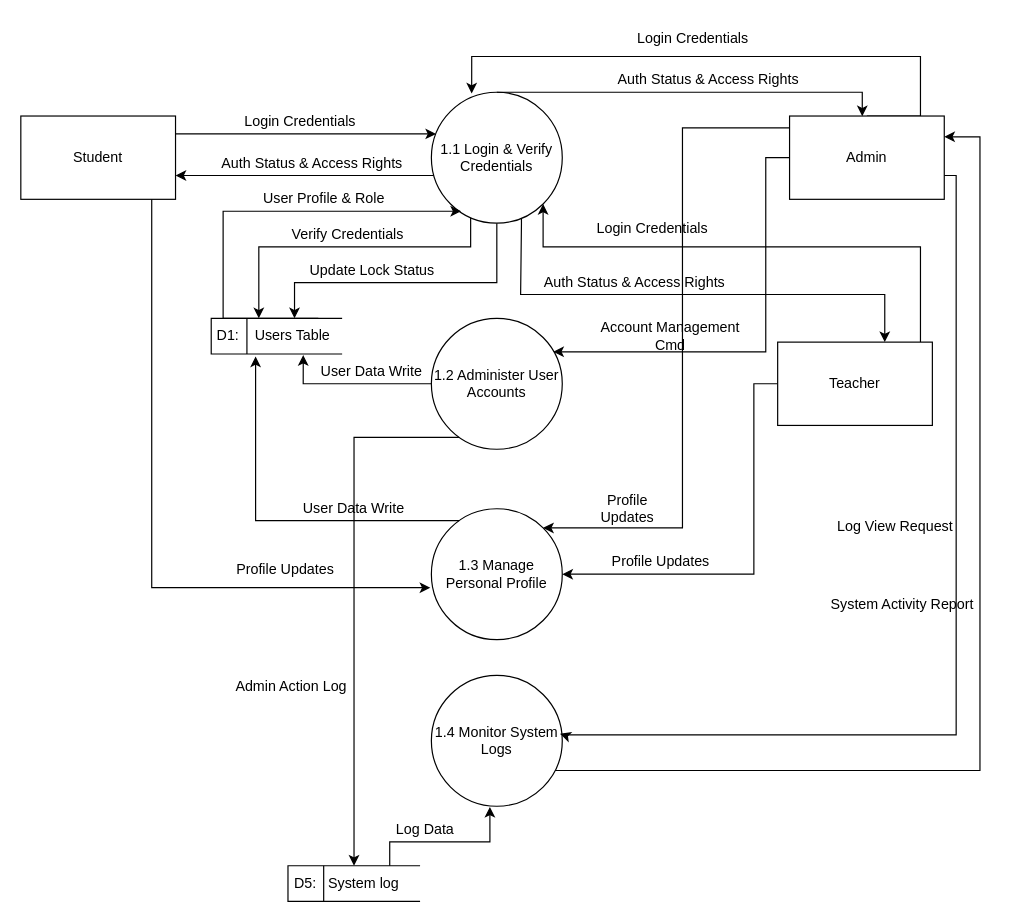
Above: dfd/DFD_level2-Authentication.drawio in TeoSushi1014/se-quiz-examination-system (draw.io), before the change. Source tidied: cells renumbered, new cells numbered last; positions are measured from the earlier drawing's top-left corner, leaving out a move shared by most shapes. Both pictures are drawn from the tidied source at 119%, with x=0, y=0 at pixel (20, 20).
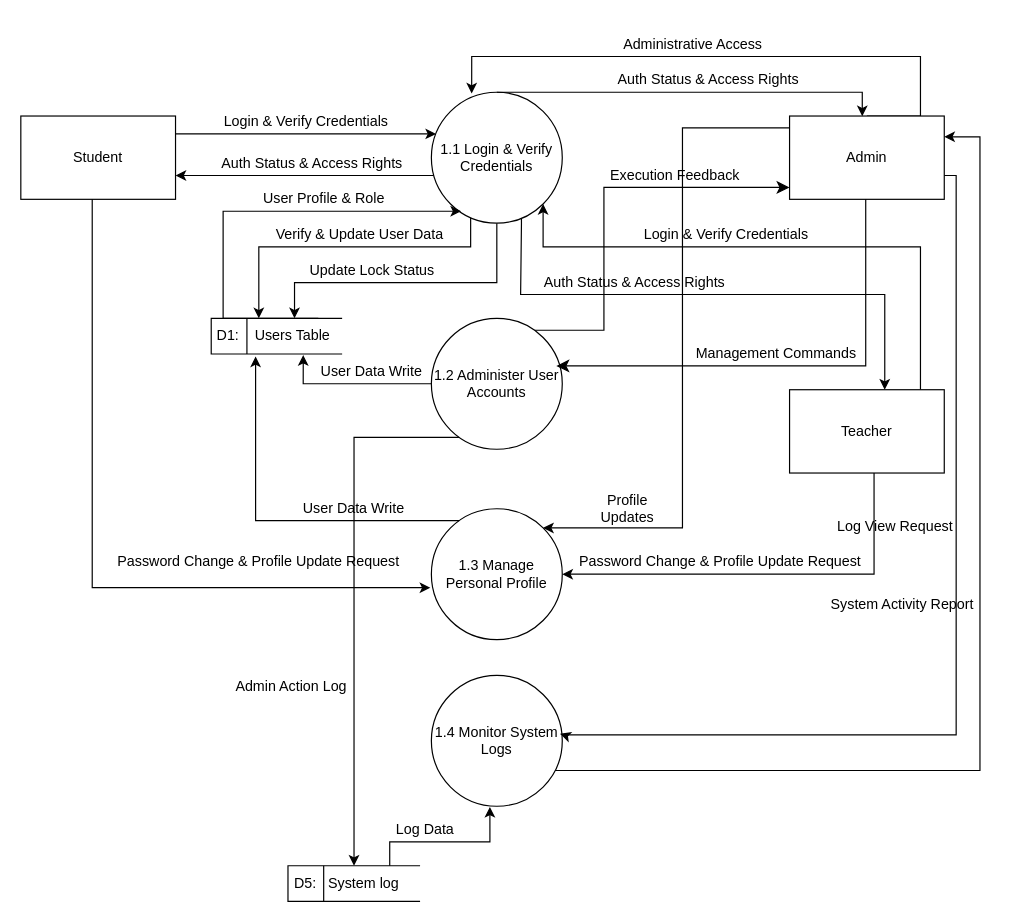
The same page after the edit.

The change refers to these unchanged cells:
```xml
<mxCell id="6" value="1.1 Login &amp;amp; Verify Credentials" style="ellipse;whiteSpace=wrap;html=1;" parent="1" vertex="1">
  <mxGeometry x="345" y="60" width="110" height="110" as="geometry" />
</mxCell>
<mxCell id="8" value="1.2 Administer User Accounts" style="ellipse;whiteSpace=wrap;html=1;" parent="1" vertex="1">
  <mxGeometry x="345" y="250" width="110" height="110" as="geometry" />
</mxCell>
<mxCell id="9" value="1.3 Manage Personal Profile" style="ellipse;whiteSpace=wrap;html=1;" parent="1" vertex="1">
  <mxGeometry x="345" y="410" width="110" height="110" as="geometry" />
</mxCell>
<mxCell id="13" value="Student" style="rounded=0;whiteSpace=wrap;html=1;" parent="1" vertex="1">
  <mxGeometry y="80" width="130" height="70" as="geometry" />
</mxCell>
<mxCell id="19" value="Admin" style="rounded=0;whiteSpace=wrap;html=1;" parent="1" vertex="1">
  <mxGeometry x="646" y="80" width="130" height="70" as="geometry" />
</mxCell>
```

What changed in the source:
```diff
@@
-    <mxCell id="2" style="edgeStyle=orthogonalEdgeStyle;rounded=0;jettySize=auto;html=1;" parent="1" edge="1" source="6">
-      <mxGeometry relative="1" as="geometry">
-        <mxPoint x="130" y="130" as="targetPoint" />
-        <Array as="points">
-          <mxPoint x="130" y="130" />
-        </Array>
-      </mxGeometry>
-    </mxCell>
-    <mxCell id="3" style="edgeStyle=orthogonalEdgeStyle;rounded=0;jettySize=auto;html=1;exitX=0.688;exitY=0.955;exitDx=0;exitDy=0;exitPerimeter=0;" parent="1" edge="1" source="6">
-      <mxGeometry relative="1" as="geometry">
-        <mxPoint x="726" y="270" as="targetPoint" />
-        <Array as="points">
-          <mxPoint x="421" y="170" />
-          <mxPoint x="420" y="170" />
-          <mxPoint x="420" y="230" />
-          <mxPoint x="726" y="230" />
-        </Array>
-      </mxGeometry>
-    </mxCell>
-    <mxCell id="4" style="edgeStyle=orthogonalEdgeStyle;rounded=0;jettySize=auto;html=1;exitX=0.3;exitY=0.961;exitDx=0;exitDy=0;exitPerimeter=0;" parent="1" edge="1" source="6">
-      <mxGeometry relative="1" as="geometry">
-        <mxPoint x="200" y="250" as="targetPoint" />
-        <Array as="points">
-          <mxPoint x="378" y="190" />
-          <mxPoint x="200" y="190" />
-        </Array>
-      </mxGeometry>
-    </mxCell>
-    <mxCell id="5" style="edgeStyle=orthogonalEdgeStyle;rounded=0;jettySize=auto;html=1;" parent="1" edge="1" source="6">
-      <mxGeometry relative="1" as="geometry">
-        <mxPoint x="230" y="250" as="targetPoint" />
-        <Array as="points">
-          <mxPoint x="400" y="220" />
-          <mxPoint x="230" y="220" />
-        </Array>
-      </mxGeometry>
-    </mxCell>
+    <mxCell id="49" style="edgeStyle=orthogonalEdgeStyle;rounded=0;jettySize=auto;html=1;" parent="1" edge="1" source="6">
+      <mxGeometry relative="1" as="geometry">
+        <mxPoint x="130" y="130" as="targetPoint" />
+        <Array as="points">
+          <mxPoint x="130" y="130" />
+        </Array>
+      </mxGeometry>
+    </mxCell>
+    <mxCell id="50" style="edgeStyle=orthogonalEdgeStyle;rounded=0;jettySize=auto;html=1;exitX=0.688;exitY=0.955;exitDx=0;exitDy=0;exitPerimeter=0;entryX=0.615;entryY=0;entryDx=0;entryDy=0;entryPerimeter=0;" parent="1" edge="1" source="6" target="16">
+      <mxGeometry relative="1" as="geometry">
+        <Array as="points">
+          <mxPoint x="421" y="170" />
+          <mxPoint x="420" y="170" />
+          <mxPoint x="420" y="230" />
+          <mxPoint x="726" y="230" />
+          <mxPoint x="726" y="300" />
+        </Array>
+      </mxGeometry>
+    </mxCell>
+    <mxCell id="51" style="edgeStyle=orthogonalEdgeStyle;rounded=0;jettySize=auto;html=1;exitX=0.3;exitY=0.961;exitDx=0;exitDy=0;exitPerimeter=0;" parent="1" edge="1" source="6">
+      <mxGeometry relative="1" as="geometry">
+        <mxPoint x="200" y="250" as="targetPoint" />
+        <Array as="points">
+          <mxPoint x="378" y="190" />
+          <mxPoint x="200" y="190" />
+        </Array>
+      </mxGeometry>
+    </mxCell>
+    <mxCell id="52" style="edgeStyle=orthogonalEdgeStyle;rounded=0;jettySize=auto;html=1;" parent="1" edge="1" source="6">
+      <mxGeometry relative="1" as="geometry">
+        <mxPoint x="230" y="250" as="targetPoint" />
+        <Array as="points">
+          <mxPoint x="400" y="220" />
+          <mxPoint x="230" y="220" />
+        </Array>
+      </mxGeometry>
+    </mxCell>
@@
+    <mxCell id="53" style="edgeStyle=orthogonalEdgeStyle;rounded=0;jettySize=auto;html=1;fontSize=12;startSize=8;endSize=8;" parent="1" edge="1" source="8" target="19">
+      <mxGeometry relative="1" as="geometry">
+        <Array as="points">
+          <mxPoint x="490" y="260" />
+          <mxPoint x="490" y="140" />
+        </Array>
+      </mxGeometry>
+    </mxCell>
@@
-    <mxCell id="12" style="edgeStyle=orthogonalEdgeStyle;rounded=0;orthogonalLoop=1;jettySize=auto;html=1;" parent="1" edge="1">
-      <mxGeometry relative="1" as="geometry">
-        <mxPoint x="130" y="95" as="sourcePoint" />
-        <mxPoint x="349" y="95" as="targetPoint" />
-      </mxGeometry>
-    </mxCell>
+    <mxCell id="54" style="edgeStyle=orthogonalEdgeStyle;rounded=0;orthogonalLoop=1;jettySize=auto;html=1;" parent="1" edge="1">
+      <mxGeometry relative="1" as="geometry">
+        <mxPoint x="130" y="95" as="sourcePoint" />
+        <mxPoint x="349" y="95" as="targetPoint" />
+      </mxGeometry>
+    </mxCell>
@@
-    <mxCell id="15" style="edgeStyle=orthogonalEdgeStyle;rounded=0;jettySize=auto;html=1;entryX=1;entryY=0.5;entryDx=0;entryDy=0;" parent="1" edge="1" source="16" target="9">
+    <mxCell id="15" style="edgeStyle=orthogonalEdgeStyle;rounded=0;jettySize=auto;html=1;entryX=1;entryY=0.5;entryDx=0;entryDy=0;exitX=0.622;exitY=0.983;exitDx=0;exitDy=0;exitPerimeter=0;" parent="1" edge="1" source="16" target="9">
       <mxGeometry relative="1" as="geometry">
         <Array as="points">
-          <mxPoint x="616" y="305" />
-          <mxPoint x="616" y="465" />
+          <mxPoint x="717" y="465" />
         </Array>
       </mxGeometry>
     </mxCell>
     <mxCell id="16" value="Teacher" style="rounded=0;whiteSpace=wrap;html=1;" parent="1" vertex="1">
-      <mxGeometry x="636" y="270" width="130" height="70" as="geometry" />
+      <mxGeometry x="646" y="310" width="130" height="70" as="geometry" />
     </mxCell>
@@
-    <mxCell id="22" value="Login Credentials" style="text;html=1;whiteSpace=wrap;strokeColor=none;fillColor=none;align=center;verticalAlign=middle;rounded=0;" parent="1" vertex="1">
-      <mxGeometry x="436" y="160" width="190" height="30" as="geometry" />
-    </mxCell>
-    <mxCell id="23" value="Login Credentials" style="text;html=1;whiteSpace=wrap;strokeColor=none;fillColor=none;align=center;verticalAlign=middle;rounded=0;" parent="1" vertex="1">
-      <mxGeometry x="140" y="70" width="190" height="30" as="geometry" />
-    </mxCell>
-    <mxCell id="24" value="Login Credentials" style="text;html=1;whiteSpace=wrap;strokeColor=none;fillColor=none;align=center;verticalAlign=middle;rounded=0;" parent="1" vertex="1">
-      <mxGeometry x="470" width="190" height="30" as="geometry" />
-    </mxCell>
+    <mxCell id="55" value="Login &amp;amp; Verify Credentials" style="text;html=1;whiteSpace=wrap;strokeColor=none;fillColor=none;align=center;verticalAlign=middle;rounded=0;" parent="1" vertex="1">
+      <mxGeometry x="436" y="170" width="314" height="20" as="geometry" />
+    </mxCell>
+    <mxCell id="56" value="Login &amp;amp; Verify Credentials" style="text;html=1;whiteSpace=wrap;strokeColor=none;fillColor=none;align=center;verticalAlign=middle;rounded=0;" parent="1" vertex="1">
+      <mxGeometry x="130" y="70" width="220" height="30" as="geometry" />
+    </mxCell>
+    <mxCell id="57" value="Administrative Access" style="text;html=1;whiteSpace=wrap;strokeColor=none;fillColor=none;align=center;verticalAlign=middle;rounded=0;" parent="1" vertex="1">
+      <mxGeometry x="420" y="10" width="290" height="20" as="geometry" />
+    </mxCell>
@@
-    <mxCell id="29" style="edgeStyle=orthogonalEdgeStyle;rounded=0;jettySize=auto;html=1;entryX=0.931;entryY=0.256;entryDx=0;entryDy=0;entryPerimeter=0;" parent="1" edge="1" source="19" target="8">
-      <mxGeometry relative="1" as="geometry">
-        <Array as="points">
-          <mxPoint x="626" y="115" />
-          <mxPoint x="626" y="278" />
-        </Array>
-      </mxGeometry>
-    </mxCell>
@@
-    <mxCell id="31" value="Account Management Cmd" style="text;html=1;whiteSpace=wrap;strokeColor=none;fillColor=none;align=center;verticalAlign=middle;rounded=0;" parent="1" vertex="1">
-      <mxGeometry x="476" y="250" width="140" height="30" as="geometry" />
-    </mxCell>
     <mxCell id="32" style="edgeStyle=orthogonalEdgeStyle;rounded=0;jettySize=auto;html=1;entryX=-0.008;entryY=0.603;entryDx=0;entryDy=0;entryPerimeter=0;" parent="1" edge="1" source="13" target="9">
       <mxGeometry relative="1" as="geometry">
         <Array as="points">
-          <mxPoint x="110" y="476" />
+          <mxPoint x="60" y="476" />
         </Array>
       </mxGeometry>
     </mxCell>
-    <mxCell id="33" value="Profile Updates" style="text;html=1;whiteSpace=wrap;strokeColor=none;fillColor=none;align=center;verticalAlign=middle;rounded=0;" parent="1" vertex="1">
-      <mxGeometry x="170" y="446" width="105" height="30" as="geometry" />
-    </mxCell>
+    <mxCell id="58" value="Password Change &amp;amp; Profile Update Request" style="text;html=1;whiteSpace=wrap;strokeColor=none;fillColor=none;align=center;verticalAlign=middle;rounded=0;" parent="1" vertex="1">
+      <mxGeometry x="70" y="440" width="260" height="30" as="geometry" />
+    </mxCell>
@@
-    <mxCell id="35" value="Profile Updates" style="text;html=1;whiteSpace=wrap;strokeColor=none;fillColor=none;align=center;verticalAlign=middle;rounded=0;" parent="1" vertex="1">
-      <mxGeometry x="476" y="440" width="124" height="30" as="geometry" />
-    </mxCell>
+    <mxCell id="59" value="Password Change &amp;amp; Profile Update Request" style="text;html=1;whiteSpace=wrap;strokeColor=none;fillColor=none;align=center;verticalAlign=middle;rounded=0;" parent="1" vertex="1">
+      <mxGeometry x="466" y="440" width="244" height="30" as="geometry" />
+    </mxCell>
@@
-    <mxCell id="46" style="edgeStyle=orthogonalEdgeStyle;rounded=0;orthogonalLoop=1;jettySize=auto;html=1;" parent="1" edge="1">
-      <mxGeometry relative="1" as="geometry">
-        <mxPoint x="250" y="250" as="sourcePoint" />
-        <mxPoint x="370" y="160" as="targetPoint" />
-        <Array as="points">
-          <mxPoint x="170" y="250" />
-          <mxPoint x="170" y="160" />
-        </Array>
-      </mxGeometry>
-    </mxCell>
-    <mxCell id="47" value="Verify Credentials" style="text;html=1;whiteSpace=wrap;strokeColor=none;fillColor=none;align=center;verticalAlign=middle;rounded=0;" parent="1" vertex="1">
-      <mxGeometry x="224.5" y="170" width="100" height="20" as="geometry" />
-    </mxCell>
+    <mxCell id="60" style="edgeStyle=orthogonalEdgeStyle;rounded=0;orthogonalLoop=1;jettySize=auto;html=1;" parent="1" edge="1">
+      <mxGeometry relative="1" as="geometry">
+        <mxPoint x="250" y="250" as="sourcePoint" />
+        <mxPoint x="370" y="160" as="targetPoint" />
+        <Array as="points">
+          <mxPoint x="170" y="250" />
+          <mxPoint x="170" y="160" />
+        </Array>
+      </mxGeometry>
+    </mxCell>
+    <mxCell id="61" value="Verify &amp;amp; Update User Data" style="text;html=1;whiteSpace=wrap;strokeColor=none;fillColor=none;align=center;verticalAlign=middle;rounded=0;" parent="1" vertex="1">
+      <mxGeometry x="212" y="170" width="145.5" height="20" as="geometry" />
+    </mxCell>
@@
+    <mxCell id="62" value="Execution Feedback" style="text;html=1;whiteSpace=wrap;strokeColor=none;fillColor=none;align=center;verticalAlign=middle;rounded=0;" parent="1" vertex="1">
+      <mxGeometry x="470" y="120" width="160" height="20" as="geometry" />
+    </mxCell>
+    <mxCell id="63" style="endArrow=classic;html=1;rounded=0;fontSize=12;startSize=8;endSize=8;edgeStyle=orthogonalEdgeStyle;" parent="1" edge="1">
+      <mxGeometry relative="1" as="geometry">
+        <mxPoint x="710" y="150" as="sourcePoint" />
+        <mxPoint x="450" y="290" as="targetPoint" />
+        <Array as="points">
+          <mxPoint x="710" y="290" />
+          <mxPoint x="451" y="290" />
+        </Array>
+      </mxGeometry>
+    </mxCell>
+    <mxCell id="64" value="Management Commands" style="text;html=1;whiteSpace=wrap;strokeColor=none;fillColor=none;align=center;verticalAlign=middle;rounded=0;" parent="1" vertex="1">
+      <mxGeometry x="560" y="270" width="150" height="20" as="geometry" />
+    </mxCell>
```
